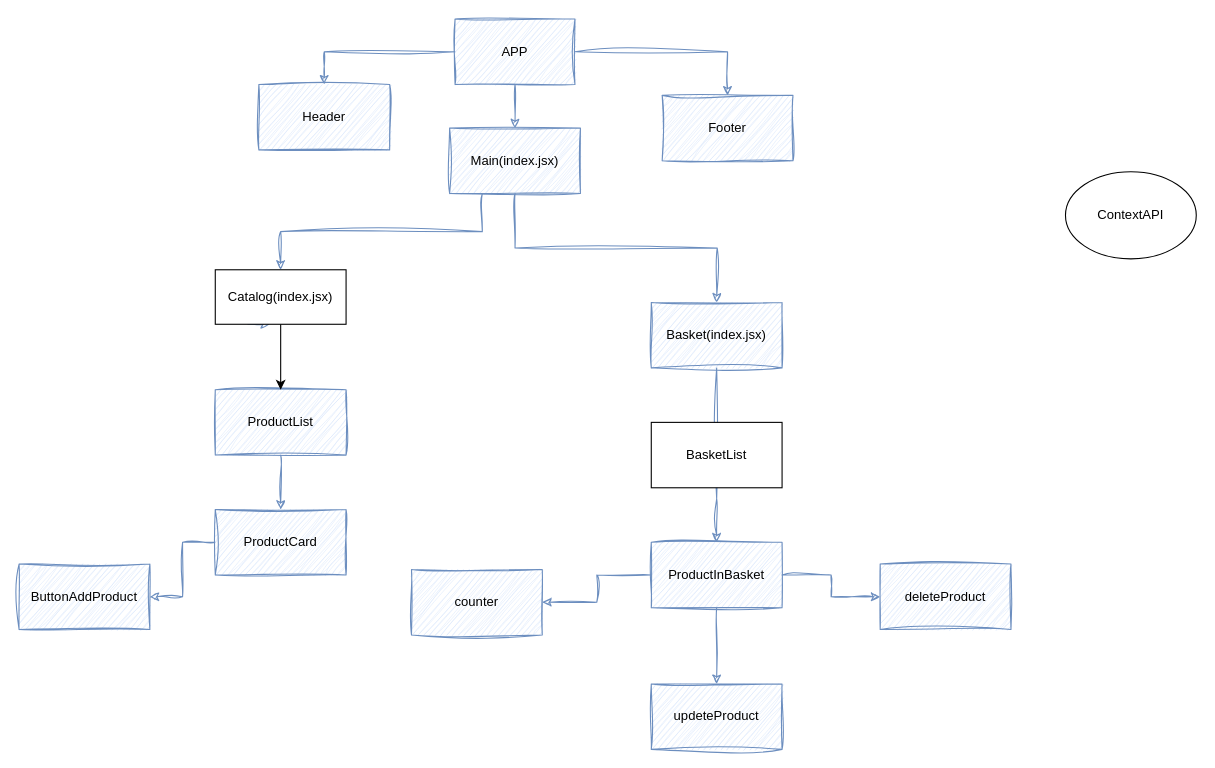
The draw.io diagram online-shop.drawio in pavel08091997/Virtual-shop, before the edit. Source tidied: cells renumbered, new cells numbered last; positions are measured from the earlier drawing's top-left corner, leaving out a move shared by most shapes. Both pictures are drawn from the tidied source at 109%, with x=0, y=0 at pixel (19, 19).
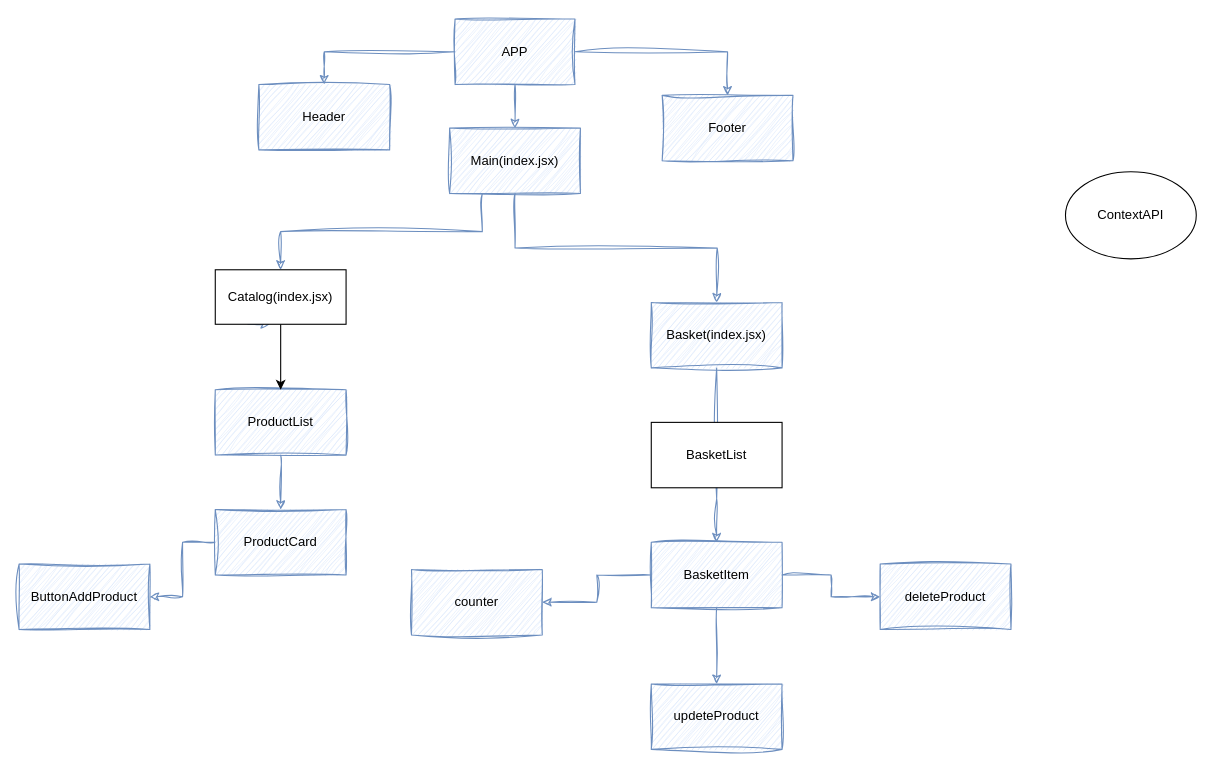
After the change.

Diff of the diagram source:
```diff
@@
-    <mxCell id="20" value="ProductInBasket" style="rounded=0;whiteSpace=wrap;html=1;fillColor=#dae8fc;strokeColor=#6c8ebf;sketch=1;curveFitting=1;jiggle=2;" parent="1" vertex="1">
+    <mxCell id="20" value="BasketItem" style="rounded=0;whiteSpace=wrap;html=1;fillColor=#dae8fc;strokeColor=#6c8ebf;sketch=1;curveFitting=1;jiggle=2;" parent="1" vertex="1">
       <mxGeometry x="580" y="480" width="120" height="60" as="geometry" />
     </mxCell>
```
